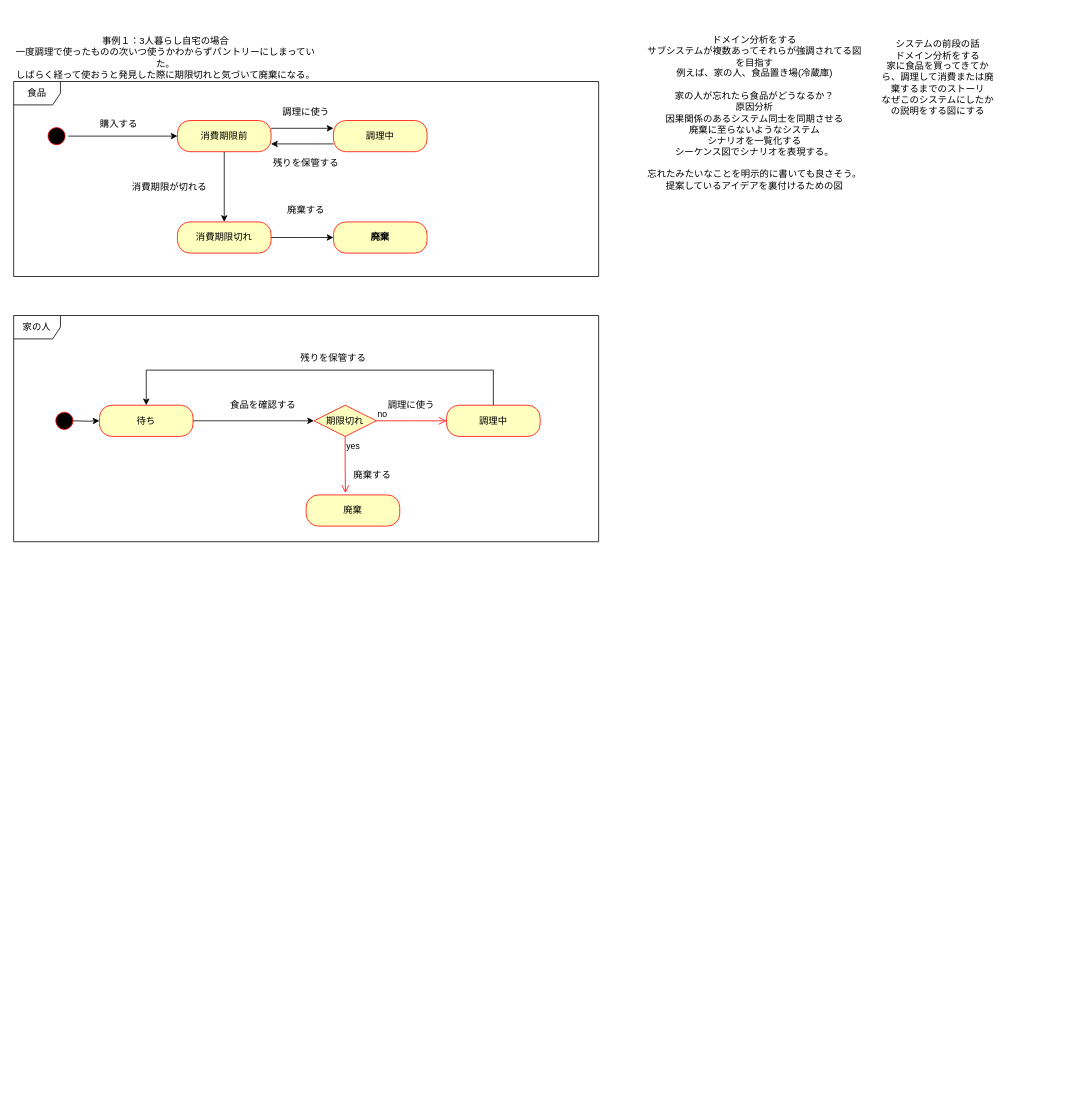
d-angelo-2049/food-loss-designs keeps this draw.io diagram as page "state-machine" (2 of 9) of general-design.drawio. Above is the earlier version. Source tidied: cells renumbered, new cells numbered last; positions are measured from the earlier drawing's top-left corner, leaving out a move shared by most shapes. Both pictures are drawn from the tidied source at 78%, with x=0, y=0 at pixel (13, 27).
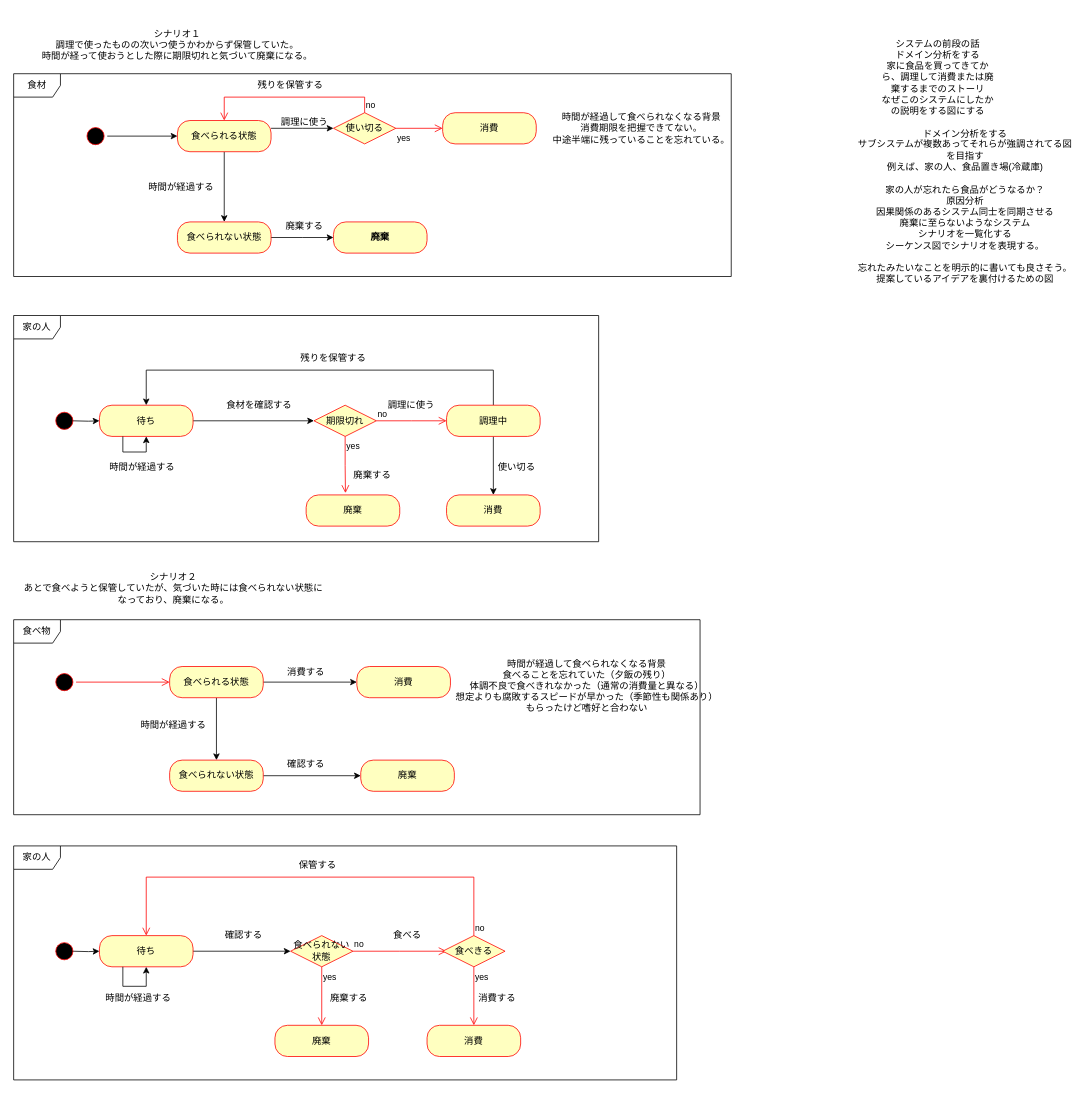
The same page after the edit.

Commit message:
general-design.drawio を更新します

Unchanged cells that the change refers to:
```xml
<mxCell id="20" value="待ち" style="rounded=1;whiteSpace=wrap;html=1;arcSize=40;fontColor=#000000;fillColor=#ffffc0;strokeColor=#ff0000;" parent="1" vertex="1">
  <mxGeometry x="110" y="485" width="120" height="40" as="geometry" />
</mxCell>
<mxCell id="27" value="調理中" style="rounded=1;whiteSpace=wrap;html=1;arcSize=40;fontColor=#000000;fillColor=#ffffc0;strokeColor=#ff0000;" parent="1" vertex="1">
  <mxGeometry x="555" y="485" width="120" height="40" as="geometry" />
</mxCell>
```

What changed in the source:
```diff
@@
     <mxCell id="3" value="ドメイン分析をする&lt;br&gt;サブシステムが複数あってそれらが強調されてる図を目指す&lt;br&gt;例えば、家の人、食品置き場(冷蔵庫)&lt;br&gt;&lt;br&gt;家の人が忘れたら食品がどうなるか？&lt;br&gt;原因分析&lt;br&gt;因果関係のあるシステム同士を同期させる&lt;br&gt;廃棄に至らないようなシステム&lt;br&gt;シナリオを一覧化する&lt;br&gt;シーケンス図でシナリオを表現する。&lt;br&gt;&lt;br&gt;忘れたみたいなことを明示的に書いても良さそう。&lt;br&gt;提案しているアイデアを裏付けるための図" style="text;html=1;strokeColor=none;fillColor=none;align=center;verticalAlign=middle;whiteSpace=wrap;rounded=0;" parent="1" vertex="1">
-      <mxGeometry x="810" width="280" height="220" as="geometry" />
+      <mxGeometry x="1080" y="120" width="280" height="220" as="geometry" />
     </mxCell>
@@
     <mxCell id="5" style="ellipse;html=1;shape=startState;fillColor=#000000;strokeColor=#ff0000;" parent="1" vertex="1">
-      <mxGeometry x="40" y="125" width="30" height="30" as="geometry" />
+      <mxGeometry x="90" y="125" width="30" height="30" as="geometry" />
     </mxCell>
-    <mxCell id="6" value="事例１：3人暮らし自宅の場合&lt;br&gt;一度調理で使ったものの次いつ使うかわからずパントリーにしまっていた。&lt;br&gt;しばらく経って使おうと発見した際に期限切れと気づいて廃棄になる。" style="text;html=1;strokeColor=none;fillColor=none;align=center;verticalAlign=middle;whiteSpace=wrap;rounded=0;" parent="1" vertex="1">
-      <mxGeometry width="390" height="80" as="geometry" />
+    <mxCell id="6" value="シナリオ１&lt;br&gt;調理で使ったものの次いつ使うかわからず保管していた。&lt;br&gt;時間が経って使おうとした際に期限切れと気づいて廃棄になる。" style="text;html=1;strokeColor=none;fillColor=none;align=center;verticalAlign=middle;whiteSpace=wrap;rounded=0;" parent="1" vertex="1">
+      <mxGeometry y="-17" width="420" height="80" as="geometry" />
     </mxCell>
-    <mxCell id="7" style="edgeStyle=orthogonalEdgeStyle;rounded=0;jettySize=auto;html=1;exitX=1;exitY=0.25;exitDx=0;exitDy=0;entryX=0;entryY=0.25;entryDx=0;entryDy=0;" parent="1" edge="1" source="9" target="12">
-      <mxGeometry relative="1" as="geometry" />
+    <mxCell id="7" style="edgeStyle=orthogonalEdgeStyle;rounded=0;jettySize=auto;html=1;exitX=1;exitY=0.25;exitDx=0;exitDy=0;entryX=0;entryY=0.25;entryDx=0;entryDy=0;" parent="1" edge="1" source="9">
+      <mxGeometry relative="1" as="geometry">
+        <mxPoint x="410" y="130" as="targetPoint" />
+      </mxGeometry>
     </mxCell>
@@
-    <mxCell id="9" value="消費期限前" style="rounded=1;whiteSpace=wrap;html=1;arcSize=40;fontColor=#000000;fillColor=#ffffc0;strokeColor=#ff0000;" parent="1" vertex="1">
+    <mxCell id="9" value="食べられる状態" style="rounded=1;whiteSpace=wrap;html=1;arcSize=40;fontColor=#000000;fillColor=#ffffc0;strokeColor=#ff0000;" parent="1" vertex="1">
       <mxGeometry x="210" y="120" width="120" height="40" as="geometry" />
     </mxCell>
-    <mxCell id="10" value="食品" style="shape=umlFrame;whiteSpace=wrap;html=1;" parent="1" vertex="1">
-      <mxGeometry y="70" width="750" height="250" as="geometry" />
+    <mxCell id="10" value="食材" style="shape=umlFrame;whiteSpace=wrap;html=1;" parent="1" vertex="1">
+      <mxGeometry y="60" width="920" height="260" as="geometry" />
     </mxCell>
-    <mxCell id="11" style="edgeStyle=orthogonalEdgeStyle;rounded=0;jettySize=auto;html=1;exitX=0;exitY=0.75;exitDx=0;exitDy=0;entryX=1;entryY=0.75;entryDx=0;entryDy=0;" parent="1" edge="1" source="12" target="9">
-      <mxGeometry relative="1" as="geometry" />
-    </mxCell>
-    <mxCell id="12" value="調理中" style="rounded=1;whiteSpace=wrap;html=1;arcSize=40;fontColor=#000000;fillColor=#ffffc0;strokeColor=#ff0000;" parent="1" vertex="1">
-      <mxGeometry x="410" y="120" width="120" height="40" as="geometry" />
-    </mxCell>
@@
-    <mxCell id="14" value="消費期限切れ" style="rounded=1;whiteSpace=wrap;html=1;arcSize=40;fontColor=#000000;fillColor=#ffffc0;strokeColor=#ff0000;" parent="1" vertex="1">
+    <mxCell id="14" value="食べられない状態" style="rounded=1;whiteSpace=wrap;html=1;arcSize=40;fontColor=#000000;fillColor=#ffffc0;strokeColor=#ff0000;" parent="1" vertex="1">
       <mxGeometry x="210" y="250" width="120" height="40" as="geometry" />
     </mxCell>
@@
-    <mxCell id="21" value="購入する" style="text;html=1;strokeColor=none;fillColor=none;align=center;verticalAlign=middle;whiteSpace=wrap;rounded=0;" parent="1" vertex="1">
-      <mxGeometry x="90" y="110" width="90" height="30" as="geometry" />
-    </mxCell>
-    <mxCell id="22" value="消費期限が切れる" style="text;html=1;strokeColor=none;fillColor=none;align=center;verticalAlign=middle;whiteSpace=wrap;rounded=0;" parent="1" vertex="1">
-      <mxGeometry x="150" y="190" width="100" height="30" as="geometry" />
+    <mxCell id="22" value="時間が経過する" style="text;html=1;strokeColor=none;fillColor=none;align=center;verticalAlign=middle;whiteSpace=wrap;rounded=0;" parent="1" vertex="1">
+      <mxGeometry x="165" y="190" width="100" height="30" as="geometry" />
     </mxCell>
     <mxCell id="23" value="廃棄する" style="text;html=1;strokeColor=none;fillColor=none;align=center;verticalAlign=middle;whiteSpace=wrap;rounded=0;" parent="1" vertex="1">
-      <mxGeometry x="320" y="220" width="110" height="30" as="geometry" />
+      <mxGeometry x="318" y="240" width="110" height="30" as="geometry" />
     </mxCell>
     <mxCell id="24" value="調理に使う" style="text;html=1;strokeColor=none;fillColor=none;align=center;verticalAlign=middle;whiteSpace=wrap;rounded=0;" parent="1" vertex="1">
-      <mxGeometry x="320" y="95" width="110" height="30" as="geometry" />
+      <mxGeometry x="318" y="107" width="110" height="30" as="geometry" />
     </mxCell>
     <mxCell id="25" value="残りを保管する" style="text;html=1;strokeColor=none;fillColor=none;align=center;verticalAlign=middle;whiteSpace=wrap;rounded=0;" parent="1" vertex="1">
-      <mxGeometry x="320" y="160" width="110" height="30" as="geometry" />
+      <mxGeometry x="300" y="60" width="110" height="30" as="geometry" />
     </mxCell>
@@
+    <mxCell id="36" style="edgeStyle=orthogonalEdgeStyle;rounded=0;jettySize=auto;html=1;entryX=0.5;entryY=0;entryDx=0;entryDy=0;" parent="1" edge="1" source="27" target="63">
+      <mxGeometry relative="1" as="geometry" />
+    </mxCell>
@@
-    <mxCell id="33" value="食品を確認する" style="text;html=1;strokeColor=none;fillColor=none;align=center;verticalAlign=middle;whiteSpace=wrap;rounded=0;" parent="1" vertex="1">
-      <mxGeometry x="265" y="470" width="110" height="30" as="geometry" />
+    <mxCell id="33" value="食材を確認する" style="text;html=1;strokeColor=none;fillColor=none;align=center;verticalAlign=middle;whiteSpace=wrap;rounded=0;" parent="1" vertex="1">
+      <mxGeometry x="260" y="470" width="110" height="30" as="geometry" />
     </mxCell>
@@
+    <mxCell id="37" value="シナリオ２&lt;br&gt;あとで食べようと保管していたが、気づいた時には食べられない状態になっており、廃棄になる。" style="text;html=1;strokeColor=none;fillColor=none;align=center;verticalAlign=middle;whiteSpace=wrap;rounded=0;" parent="1" vertex="1">
+      <mxGeometry x="10" y="680" width="390" height="80" as="geometry" />
+    </mxCell>
+    <mxCell id="38" value="食べ物" style="shape=umlFrame;whiteSpace=wrap;html=1;" parent="1" vertex="1">
+      <mxGeometry y="760" width="880" height="250" as="geometry" />
+    </mxCell>
+    <mxCell id="39" style="ellipse;html=1;shape=startState;fillColor=#000000;strokeColor=#ff0000;" parent="1" vertex="1">
+      <mxGeometry x="50" y="825" width="30" height="30" as="geometry" />
+    </mxCell>
+    <mxCell id="40" style="edgeStyle=orthogonalEdgeStyle;html=1;verticalAlign=bottom;endArrow=open;endSize=8;strokeColor=#ff0000;rounded=0;entryX=0;entryY=0.5;entryDx=0;entryDy=0;" parent="1" edge="1" source="39" target="43">
+      <mxGeometry relative="1" as="geometry" />
+    </mxCell>
+    <mxCell id="41" style="edgeStyle=orthogonalEdgeStyle;rounded=0;jettySize=auto;html=1;entryX=0.5;entryY=0;entryDx=0;entryDy=0;" parent="1" edge="1" source="43" target="60">
+      <mxGeometry relative="1" as="geometry" />
+    </mxCell>
+    <mxCell id="42" style="edgeStyle=orthogonalEdgeStyle;rounded=0;jettySize=auto;html=1;entryX=0;entryY=0.5;entryDx=0;entryDy=0;" parent="1" edge="1" source="43" target="44">
+      <mxGeometry relative="1" as="geometry" />
+    </mxCell>
+    <mxCell id="43" value="食べられる状態" style="rounded=1;whiteSpace=wrap;html=1;arcSize=40;fontColor=#000000;fillColor=#ffffc0;strokeColor=#ff0000;" parent="1" vertex="1">
+      <mxGeometry x="200" y="820" width="120" height="40" as="geometry" />
+    </mxCell>
+    <mxCell id="44" value="消費" style="rounded=1;whiteSpace=wrap;html=1;arcSize=40;fontColor=#000000;fillColor=#ffffc0;strokeColor=#ff0000;" parent="1" vertex="1">
+      <mxGeometry x="440" y="820" width="120" height="40" as="geometry" />
+    </mxCell>
+    <mxCell id="45" value="廃棄" style="rounded=1;whiteSpace=wrap;html=1;arcSize=40;fontColor=#000000;fillColor=#ffffc0;strokeColor=#ff0000;" parent="1" vertex="1">
+      <mxGeometry x="445" y="940" width="120" height="40" as="geometry" />
+    </mxCell>
+    <mxCell id="46" value="時間が経過する" style="text;html=1;strokeColor=none;fillColor=none;align=center;verticalAlign=middle;whiteSpace=wrap;rounded=0;" parent="1" vertex="1">
+      <mxGeometry x="150" y="880" width="110" height="30" as="geometry" />
+    </mxCell>
+    <mxCell id="47" value="家の人" style="shape=umlFrame;whiteSpace=wrap;html=1;" parent="1" vertex="1">
+      <mxGeometry y="1050" width="850" height="300" as="geometry" />
+    </mxCell>
+    <mxCell id="48" style="edgeStyle=orthogonalEdgeStyle;rounded=0;jettySize=auto;html=1;" parent="1" edge="1" target="51">
+      <mxGeometry relative="1" as="geometry">
+        <mxPoint x="75" y="1185" as="sourcePoint" />
+      </mxGeometry>
+    </mxCell>
+    <mxCell id="49" style="ellipse;html=1;shape=startState;fillColor=#000000;strokeColor=#ff0000;" parent="1" vertex="1">
+      <mxGeometry x="50" y="1170" width="30" height="30" as="geometry" />
+    </mxCell>
+    <mxCell id="50" style="edgeStyle=orthogonalEdgeStyle;rounded=0;jettySize=auto;html=1;" parent="1" edge="1" source="51" target="54">
+      <mxGeometry relative="1" as="geometry" />
+    </mxCell>
+    <mxCell id="51" value="待ち" style="rounded=1;whiteSpace=wrap;html=1;arcSize=40;fontColor=#000000;fillColor=#ffffc0;strokeColor=#ff0000;" parent="1" vertex="1">
+      <mxGeometry x="110" y="1165" width="120" height="40" as="geometry" />
+    </mxCell>
+    <mxCell id="52" value="消費する" style="text;html=1;strokeColor=none;fillColor=none;align=center;verticalAlign=middle;whiteSpace=wrap;rounded=0;" parent="1" vertex="1">
+      <mxGeometry x="565" y="1230" width="110" height="30" as="geometry" />
+    </mxCell>
+    <mxCell id="53" value="廃棄" style="rounded=1;whiteSpace=wrap;html=1;arcSize=40;fontColor=#000000;fillColor=#ffffc0;strokeColor=#ff0000;" parent="1" vertex="1">
+      <mxGeometry x="335" y="1280" width="120" height="40" as="geometry" />
+    </mxCell>
+    <mxCell id="54" value="食べられない状態" style="rhombus;whiteSpace=wrap;html=1;fontColor=#000000;fillColor=#ffffc0;strokeColor=#ff0000;" parent="1" vertex="1">
+      <mxGeometry x="355" y="1165" width="80" height="40" as="geometry" />
+    </mxCell>
+    <mxCell id="55" value="no" style="edgeStyle=orthogonalEdgeStyle;html=1;align=left;verticalAlign=bottom;endArrow=open;endSize=8;strokeColor=#ff0000;rounded=0;entryX=0;entryY=0.5;entryDx=0;entryDy=0;" parent="1" edge="1" source="54">
+      <mxGeometry x="-1" relative="1" as="geometry">
+        <mxPoint x="555" y="1185" as="targetPoint" />
+      </mxGeometry>
+    </mxCell>
+    <mxCell id="56" value="yes" style="edgeStyle=orthogonalEdgeStyle;html=1;align=left;verticalAlign=top;endArrow=open;endSize=8;strokeColor=#ff0000;rounded=0;entryX=0.5;entryY=0;entryDx=0;entryDy=0;" parent="1" edge="1" source="54" target="53">
+      <mxGeometry x="-1" relative="1" as="geometry" />
+    </mxCell>
+    <mxCell id="57" value="確認する" style="text;html=1;strokeColor=none;fillColor=none;align=center;verticalAlign=middle;whiteSpace=wrap;rounded=0;" parent="1" vertex="1">
+      <mxGeometry x="240" y="1150" width="110" height="30" as="geometry" />
+    </mxCell>
+    <mxCell id="58" value="廃棄する" style="text;html=1;strokeColor=none;fillColor=none;align=center;verticalAlign=middle;whiteSpace=wrap;rounded=0;" parent="1" vertex="1">
+      <mxGeometry x="375" y="1230" width="110" height="30" as="geometry" />
+    </mxCell>
+    <mxCell id="59" style="edgeStyle=orthogonalEdgeStyle;rounded=0;jettySize=auto;html=1;entryX=0;entryY=0.5;entryDx=0;entryDy=0;" parent="1" edge="1" source="60" target="45">
+      <mxGeometry relative="1" as="geometry" />
+    </mxCell>
+    <mxCell id="60" value="食べられない状態" style="rounded=1;whiteSpace=wrap;html=1;arcSize=40;fontColor=#000000;fillColor=#ffffc0;strokeColor=#ff0000;" parent="1" vertex="1">
+      <mxGeometry x="200" y="940" width="120" height="40" as="geometry" />
+    </mxCell>
+    <mxCell id="61" value="確認する" style="text;html=1;strokeColor=none;fillColor=none;align=center;verticalAlign=middle;whiteSpace=wrap;rounded=0;" parent="1" vertex="1">
+      <mxGeometry x="320" y="930" width="110" height="30" as="geometry" />
+    </mxCell>
+    <mxCell id="62" value="消費" style="rounded=1;whiteSpace=wrap;html=1;arcSize=40;fontColor=#000000;fillColor=#ffffc0;strokeColor=#ff0000;" parent="1" vertex="1">
+      <mxGeometry x="550" y="110" width="120" height="40" as="geometry" />
+    </mxCell>
+    <mxCell id="63" value="消費" style="rounded=1;whiteSpace=wrap;html=1;arcSize=40;fontColor=#000000;fillColor=#ffffc0;strokeColor=#ff0000;" parent="1" vertex="1">
+      <mxGeometry x="555" y="600" width="120" height="40" as="geometry" />
+    </mxCell>
+    <mxCell id="64" value="使い切る" style="text;html=1;strokeColor=none;fillColor=none;align=center;verticalAlign=middle;whiteSpace=wrap;rounded=0;" parent="1" vertex="1">
+      <mxGeometry x="590" y="550" width="110" height="30" as="geometry" />
+    </mxCell>
+    <mxCell id="65" value="時間が経過して食べられなくなる背景&lt;br&gt;食べることを忘れていた（夕飯の残り）&lt;br&gt;体調不良で食べきれなかった（通常の消費量と異なる）&lt;br&gt;想定よりも腐敗するスピードが早かった（季節性も関係あり）&lt;br&gt;もらったけど嗜好と合わない" style="text;html=1;strokeColor=none;fillColor=none;align=center;verticalAlign=middle;whiteSpace=wrap;rounded=0;" parent="1" vertex="1">
+      <mxGeometry x="565" y="780" width="340" height="130" as="geometry" />
+    </mxCell>
+    <mxCell id="66" value="食べる" style="text;html=1;strokeColor=none;fillColor=none;align=center;verticalAlign=middle;whiteSpace=wrap;rounded=0;" parent="1" vertex="1">
+      <mxGeometry x="450" y="1150" width="110" height="30" as="geometry" />
+    </mxCell>
+    <mxCell id="67" value="食べきる" style="rhombus;whiteSpace=wrap;html=1;fontColor=#000000;fillColor=#ffffc0;strokeColor=#ff0000;" parent="1" vertex="1">
+      <mxGeometry x="550" y="1165" width="80" height="40" as="geometry" />
+    </mxCell>
+    <mxCell id="68" value="no" style="edgeStyle=orthogonalEdgeStyle;html=1;align=left;verticalAlign=bottom;endArrow=open;endSize=8;strokeColor=#ff0000;rounded=0;entryX=0.5;entryY=0;entryDx=0;entryDy=0;" parent="1" edge="1" source="67" target="51">
+      <mxGeometry x="-1" relative="1" as="geometry">
+        <Array as="points">
+          <mxPoint x="590" y="1090" />
+          <mxPoint x="170" y="1090" />
+        </Array>
+      </mxGeometry>
+    </mxCell>
+    <mxCell id="69" value="yes" style="edgeStyle=orthogonalEdgeStyle;html=1;align=left;verticalAlign=top;endArrow=open;endSize=8;strokeColor=#ff0000;rounded=0;" parent="1" edge="1" source="67">
+      <mxGeometry x="-1" relative="1" as="geometry">
+        <mxPoint x="590" y="1280" as="targetPoint" />
+      </mxGeometry>
+    </mxCell>
+    <mxCell id="70" value="消費" style="rounded=1;whiteSpace=wrap;html=1;arcSize=40;fontColor=#000000;fillColor=#ffffc0;strokeColor=#ff0000;" parent="1" vertex="1">
+      <mxGeometry x="530" y="1280" width="120" height="40" as="geometry" />
+    </mxCell>
+    <mxCell id="71" value="保管する" style="text;html=1;strokeColor=none;fillColor=none;align=center;verticalAlign=middle;whiteSpace=wrap;rounded=0;" parent="1" vertex="1">
+      <mxGeometry x="335" y="1060" width="110" height="30" as="geometry" />
+    </mxCell>
+    <mxCell id="72" value="消費する" style="text;html=1;strokeColor=none;fillColor=none;align=center;verticalAlign=middle;whiteSpace=wrap;rounded=0;" parent="1" vertex="1">
+      <mxGeometry x="320" y="812" width="110" height="30" as="geometry" />
+    </mxCell>
+    <mxCell id="73" value="時間が経過する" style="text;html=1;strokeColor=none;fillColor=none;align=center;verticalAlign=middle;whiteSpace=wrap;rounded=0;" parent="1" vertex="1">
+      <mxGeometry x="105" y="1230" width="110" height="30" as="geometry" />
+    </mxCell>
+    <mxCell id="74" value="使い切る" style="rhombus;whiteSpace=wrap;html=1;fontColor=#000000;fillColor=#ffffc0;strokeColor=#ff0000;" parent="1" vertex="1">
+      <mxGeometry x="410" y="110" width="80" height="40" as="geometry" />
+    </mxCell>
+    <mxCell id="75" value="no" style="edgeStyle=orthogonalEdgeStyle;html=1;align=left;verticalAlign=bottom;endArrow=open;endSize=8;strokeColor=#ff0000;rounded=0;entryX=0.5;entryY=0;entryDx=0;entryDy=0;" parent="1" edge="1" source="74" target="9">
+      <mxGeometry x="-1" relative="1" as="geometry">
+        <Array as="points">
+          <mxPoint x="450" y="90" />
+          <mxPoint x="270" y="90" />
+        </Array>
+      </mxGeometry>
+    </mxCell>
+    <mxCell id="76" value="yes" style="edgeStyle=orthogonalEdgeStyle;html=1;align=left;verticalAlign=top;endArrow=open;endSize=8;strokeColor=#ff0000;rounded=0;entryX=0;entryY=0.5;entryDx=0;entryDy=0;" parent="1" edge="1" source="74" target="62">
+      <mxGeometry x="-1" relative="1" as="geometry" />
+    </mxCell>
+    <mxCell id="77" value="時間が経過する" style="text;html=1;strokeColor=none;fillColor=none;align=center;verticalAlign=middle;whiteSpace=wrap;rounded=0;" parent="1" vertex="1">
+      <mxGeometry x="115" y="550" width="100" height="30" as="geometry" />
+    </mxCell>
+    <mxCell id="78" style="edgeStyle=orthogonalEdgeStyle;rounded=0;orthogonalLoop=1;jettySize=auto;html=1;exitX=0.25;exitY=1;exitDx=0;exitDy=0;" parent="1" edge="1" source="20" target="20">
+      <mxGeometry relative="1" as="geometry" />
+    </mxCell>
+    <mxCell id="79" style="edgeStyle=orthogonalEdgeStyle;rounded=0;orthogonalLoop=1;jettySize=auto;html=1;exitX=0.25;exitY=1;exitDx=0;exitDy=0;entryX=0.5;entryY=1;entryDx=0;entryDy=0;" parent="1" edge="1" source="51" target="51">
+      <mxGeometry relative="1" as="geometry">
+        <Array as="points">
+          <mxPoint x="140" y="1230" />
+          <mxPoint x="170" y="1230" />
+        </Array>
+      </mxGeometry>
+    </mxCell>
+    <mxCell id="80" value="時間が経過して食べられなくなる背景&lt;br&gt;消費期限を把握できてない。&lt;br&gt;中途半端に残っていることを忘れている。" style="text;html=1;strokeColor=none;fillColor=none;align=center;verticalAlign=middle;whiteSpace=wrap;rounded=0;" parent="1" vertex="1">
+      <mxGeometry x="675" y="65" width="260" height="130" as="geometry" />
+    </mxCell>
```
